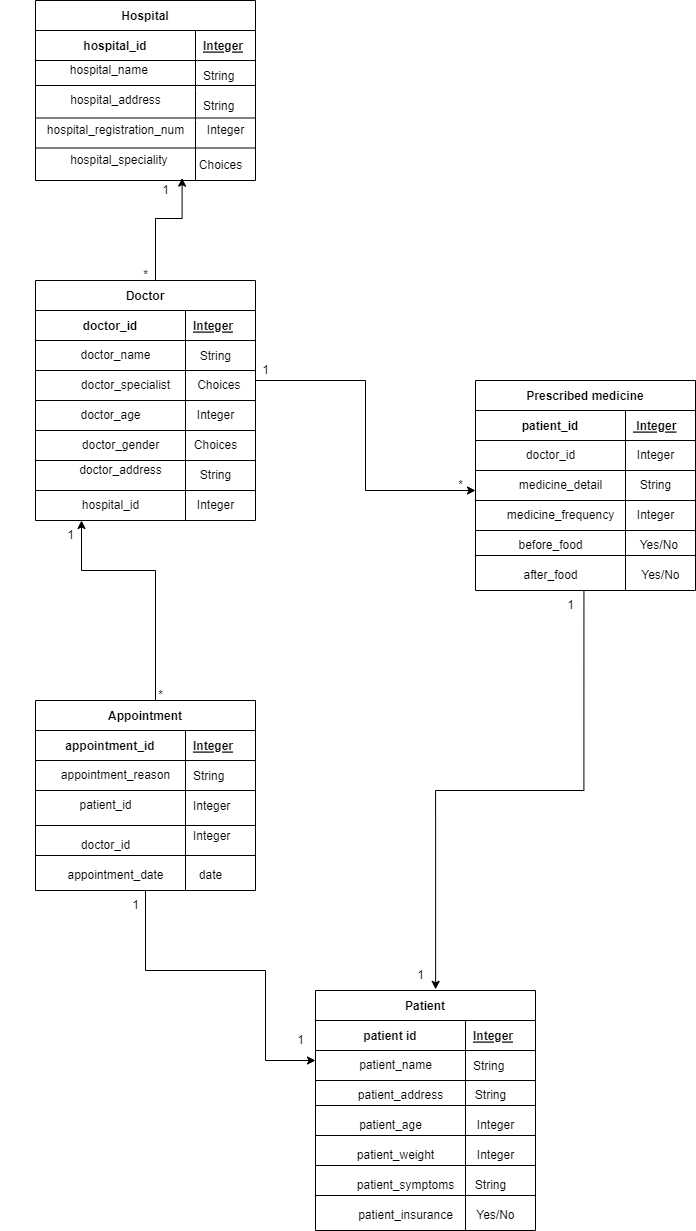
Earlier version of the draw.io export DAY-3/Hospital Management System.drawio.png (deepakjaiswal1950/MS-DYNAMICS). Source tidied: cells renumbered, new cells last; positions are measured from the earlier drawing's top-left corner, leaving out a move shared by most shapes.
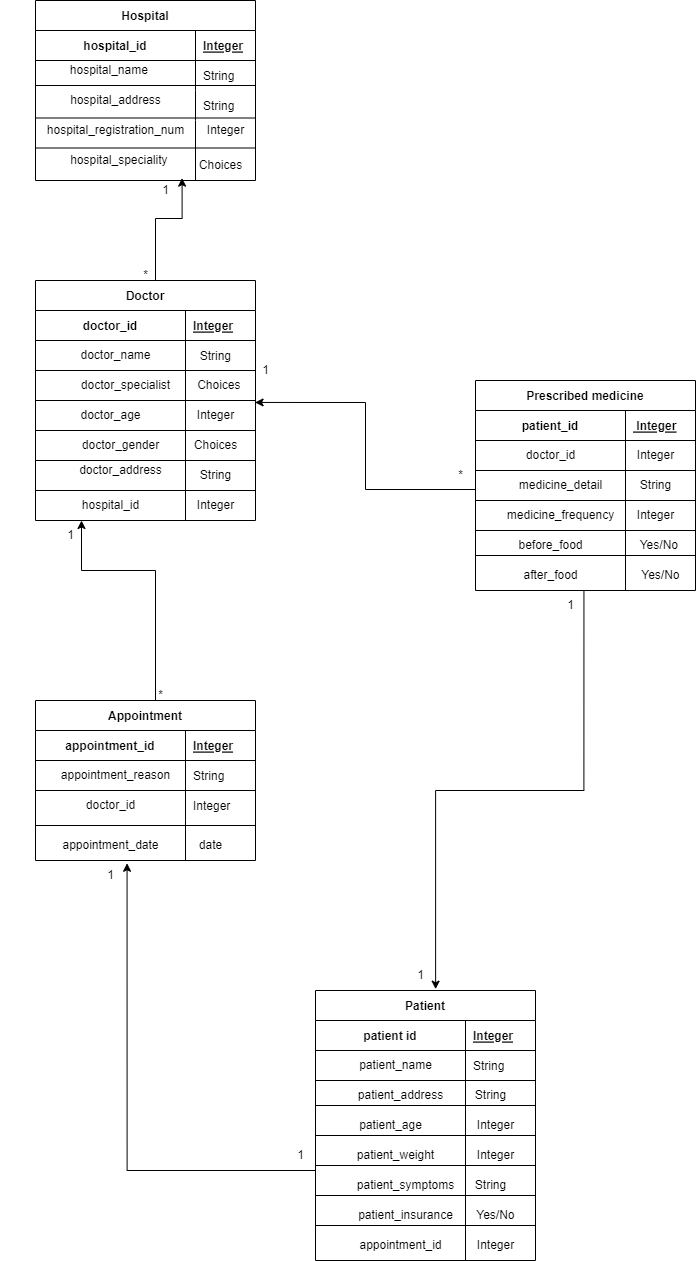
Above is the later version.

Diff of the diagram source:
```diff
@@ -65,15 +65,6 @@
         </Array>
       </mxGeometry>
     </mxCell>
-    <mxCell id="21" style="edgeStyle=orthogonalEdgeStyle;rounded=0;jettySize=auto;html=1;" parent="1" edge="1" source="22">
-      <mxGeometry relative="1" as="geometry">
-        <mxPoint x="475" y="490" as="targetPoint" />
-        <Array as="points">
-          <mxPoint x="365" y="380" />
-          <mxPoint x="365" y="490" />
-        </Array>
-      </mxGeometry>
-    </mxCell>
     <mxCell id="22" value="Doctor" style="shape=table;startSize=30;rowLines=0;fontStyle=1;align=center;" parent="1" vertex="1">
       <mxGeometry x="35" y="280" width="220" height="240" as="geometry" />
     </mxCell>
@@ -124,17 +115,8 @@
         </Array>
       </mxGeometry>
     </mxCell>
-    <mxCell id="37" style="edgeStyle=orthogonalEdgeStyle;rounded=0;jettySize=auto;html=1;" parent="1" edge="1" source="38">
-      <mxGeometry relative="1" as="geometry">
-        <mxPoint x="315" y="1060" as="targetPoint" />
-        <Array as="points">
-          <mxPoint x="145" y="970" />
-          <mxPoint x="265" y="970" />
-        </Array>
-      </mxGeometry>
-    </mxCell>
     <mxCell id="38" value="Appointment" style="shape=table;startSize=30;rowLines=0;fontStyle=1;align=center;" parent="1" vertex="1">
-      <mxGeometry x="35" y="700" width="220" height="190" as="geometry" />
+      <mxGeometry x="35" y="700" width="220" height="160" as="geometry" />
     </mxCell>
     <mxCell id="39" style="shape=tableRow;horizontal=0;startSize=0;swimlaneHead=0;swimlaneBody=0;fillColor=none;top=0;left=0;right=0;bottom=1;strokeColor=default;" parent="38" vertex="1">
       <mxGeometry y="30" width="220" height="30" as="geometry" />
@@ -169,41 +151,37 @@
     <mxCell id="49" style="shape=partialRectangle;fillColor=none;top=0;left=0;bottom=0;right=0;overflow=hidden;" parent="48" vertex="1">
       <mxGeometry width="150" height="30" as="geometry" />
     </mxCell>
-    <mxCell id="50" value="Integer" style="shape=partialRectangle;fillColor=none;top=0;left=0;bottom=0;right=0;align=left;spacingLeft=6;overflow=hidden;" parent="48" vertex="1">
+    <mxCell id="50" style="shape=partialRectangle;fillColor=none;top=0;left=0;bottom=0;right=0;align=left;spacingLeft=6;overflow=hidden;" parent="48" vertex="1">
       <mxGeometry x="150" width="70" height="30" as="geometry" />
     </mxCell>
     <mxCell id="51" style="line;strokeWidth=1;dashed=0;labelPosition=right;align=left;verticalAlign=middle;spacingTop=0;spacingLeft=6;" parent="1" vertex="1">
       <mxGeometry x="35" y="780" width="220" height="20" as="geometry" />
     </mxCell>
-    <mxCell id="52" style="line;strokeWidth=1;dashed=0;labelPosition=right;align=left;verticalAlign=middle;spacingTop=0;spacingLeft=6;" parent="1" vertex="1">
-      <mxGeometry x="35" y="820" width="220" height="10" as="geometry" />
-    </mxCell>
     <mxCell id="53" style="line;strokeWidth=1;dashed=0;labelPosition=right;align=left;verticalAlign=middle;spacingTop=0;spacingLeft=6;" parent="1" vertex="1">
-      <mxGeometry x="35" y="850" width="220" height="10" as="geometry" />
+      <mxGeometry x="35" y="820" width="220" height="10" as="geometry" />
     </mxCell>
-    <mxCell id="54" style="endArrow=none;html=1;rounded=0;" parent="1" edge="1">
+    <mxCell id="54" style="endArrow=none;html=1;rounded=0;exitX=0;exitY=1;exitDx=0;exitDy=0;exitPerimeter=0;" parent="1" edge="1" source="59">
       <mxGeometry relative="1" as="geometry">
-        <mxPoint x="185" y="890" as="sourcePoint" />
         <mxPoint x="185" y="820" as="targetPoint" />
       </mxGeometry>
     </mxCell>
     <mxCell id="55" value="appointment_reason" style="text;html=1;align=center;verticalAlign=middle;fillColor=none;strokeColor=none;rounded=0;" parent="1" vertex="1">
       <mxGeometry x="50" y="760" width="130" height="30" as="geometry" />
     </mxCell>
-    <mxCell id="56" value="patient_id" style="text;html=1;align=center;verticalAlign=middle;fillColor=none;strokeColor=none;rounded=0;" parent="1" vertex="1">
-      <mxGeometry x="65" y="790" width="80" height="30" as="geometry" />
+    <mxCell id="56" value="appointment_id" style="text;html=1;align=center;verticalAlign=middle;fillColor=none;strokeColor=none;rounded=0;" parent="1" vertex="1">
+      <mxGeometry x="345" y="1230" width="110" height="30" as="geometry" />
     </mxCell>
     <mxCell id="57" value="doctor_id" style="text;html=1;align=center;verticalAlign=middle;fillColor=none;strokeColor=none;rounded=0;" parent="1" vertex="1">
-      <mxGeometry x="70" y="830" width="70" height="30" as="geometry" />
+      <mxGeometry x="75" y="790" width="70" height="30" as="geometry" />
     </mxCell>
     <mxCell id="58" value="appointment_date" style="text;html=1;align=center;verticalAlign=middle;points=[];fillColor=none;strokeColor=none;rounded=0;" parent="1" vertex="1">
-      <mxGeometry x="55" y="860" width="120" height="30" as="geometry" />
+      <mxGeometry x="50" y="830" width="120" height="30" as="geometry" />
     </mxCell>
     <mxCell id="59" value="date" style="text;html=1;align=center;verticalAlign=middle;points=[];fillColor=none;strokeColor=none;rounded=0;" parent="1" vertex="1">
-      <mxGeometry x="185" y="860" width="50" height="30" as="geometry" />
+      <mxGeometry x="185" y="830" width="50" height="30" as="geometry" />
     </mxCell>
     <mxCell id="60" value="Patient" style="shape=table;startSize=30;rowLines=0;fontStyle=1;align=center;" parent="1" vertex="1">
-      <mxGeometry x="315" y="990" width="220" height="240" as="geometry" />
+      <mxGeometry x="315" y="990" width="220" height="270" as="geometry" />
     </mxCell>
     <mxCell id="61" style="shape=tableRow;horizontal=0;startSize=0;swimlaneHead=0;swimlaneBody=0;fillColor=none;top=0;left=0;right=0;bottom=1;strokeColor=default;" parent="60" vertex="1">
       <mxGeometry y="30" width="220" height="30" as="geometry" />
@@ -224,13 +202,13 @@
       <mxGeometry x="150" width="70" height="30" as="geometry" />
     </mxCell>
     <mxCell id="67" style="shape=tableRow;horizontal=0;startSize=0;swimlaneHead=0;swimlaneBody=0;fillColor=none;points=[[0,0.5],[1,0.5]];portConstraint=eastwest;top=0;left=0;right=0;bottom=0;" parent="60" vertex="1">
-      <mxGeometry y="90" width="220" height="150" as="geometry" />
+      <mxGeometry y="90" width="220" height="180" as="geometry" />
     </mxCell>
     <mxCell id="68" style="shape=partialRectangle;fillColor=none;top=0;left=0;bottom=0;right=0;overflow=hidden;" parent="67" vertex="1">
-      <mxGeometry width="150" height="150" as="geometry" />
+      <mxGeometry width="150" height="180" as="geometry" />
     </mxCell>
     <mxCell id="69" style="shape=partialRectangle;fillColor=none;top=0;left=0;bottom=0;right=0;align=left;spacingLeft=6;overflow=hidden;" parent="67" vertex="1">
-      <mxGeometry x="150" width="70" height="150" as="geometry" />
+      <mxGeometry x="150" width="70" height="180" as="geometry" />
     </mxCell>
     <mxCell id="70" style="line;strokeWidth=1;dashed=0;labelPosition=right;align=left;verticalAlign=middle;spacingTop=0;spacingLeft=6;" parent="1" vertex="1">
       <mxGeometry x="315" y="1070" width="220" height="20" as="geometry" />
@@ -388,9 +366,11 @@
     <mxCell id="121" value="1" style="text;html=1;align=center;verticalAlign=middle;fillColor=none;strokeColor=none;rounded=0;" parent="1" vertex="1">
       <mxGeometry x="250" y="355" width="30" height="30" as="geometry" />
     </mxCell>
-    <mxCell id="122" value="*" style="text;html=1;align=center;verticalAlign=middle;fillColor=none;strokeColor=none;rounded=0;" parent="1" vertex="1">
-      <mxGeometry x="445" y="470" width="30" height="30" as="geometry" />
-    </mxCell>
+    <mxCell id="134" style="edgeStyle=orthogonalEdgeStyle;rounded=0;jettySize=auto;html=1;entryX=0.998;entryY=0.213;entryDx=0;entryDy=0;entryPerimeter=0;" parent="1" edge="1" target="29">
+      <mxGeometry relative="1" as="geometry">
+        <mxPoint x="475" y="489" as="sourcePoint" />
+      </mxGeometry>
+    </mxCell>
     <mxCell id="123" value="1" style="text;html=1;align=center;verticalAlign=middle;fillColor=none;strokeColor=none;rounded=0;" parent="1" vertex="1">
       <mxGeometry x="55" y="520" width="30" height="30" as="geometry" />
     </mxCell>
@@ -398,10 +378,10 @@
       <mxGeometry x="145" y="680" width="30" height="30" as="geometry" />
     </mxCell>
     <mxCell id="125" value="1" style="text;html=1;align=center;verticalAlign=middle;fillColor=none;strokeColor=none;rounded=0;" parent="1" vertex="1">
-      <mxGeometry x="120" y="890" width="30" height="30" as="geometry" />
+      <mxGeometry x="95" y="860" width="30" height="30" as="geometry" />
     </mxCell>
     <mxCell id="126" value="1" style="text;html=1;align=center;verticalAlign=middle;fillColor=none;strokeColor=none;rounded=0;" parent="1" vertex="1">
-      <mxGeometry x="285" y="1025" width="30" height="30" as="geometry" />
+      <mxGeometry x="285" y="1140" width="30" height="30" as="geometry" />
     </mxCell>
     <mxCell id="127" value="1" style="text;html=1;align=center;verticalAlign=middle;fillColor=none;strokeColor=none;rounded=0;" parent="1" vertex="1">
       <mxGeometry x="405" y="960" width="30" height="30" as="geometry" />
@@ -424,5 +404,17 @@
     <mxCell id="133" value="Integer" style="text;html=1;align=center;verticalAlign=middle;fillColor=none;strokeColor=none;rounded=0;" parent="1" vertex="1">
       <mxGeometry x="185" y="490" width="60" height="30" as="geometry" />
     </mxCell>
+    <mxCell id="122" value="*" style="text;html=1;align=center;verticalAlign=middle;fillColor=none;strokeColor=none;rounded=0;" parent="1" vertex="1">
+      <mxGeometry x="445" y="460" width="30" height="30" as="geometry" />
+    </mxCell>
+    <mxCell id="135" style="line;strokeWidth=1;dashed=0;labelPosition=right;align=left;verticalAlign=middle;spacingTop=0;spacingLeft=6;" parent="1" vertex="1">
+      <mxGeometry x="315" y="1220" width="220" height="10" as="geometry" />
+    </mxCell>
+    <mxCell id="136" style="edgeStyle=orthogonalEdgeStyle;rounded=0;jettySize=auto;html=1;entryX=0.638;entryY=1.093;entryDx=0;entryDy=0;entryPerimeter=0;" parent="1" edge="1" source="67" target="58">
+      <mxGeometry relative="1" as="geometry" />
+    </mxCell>
+    <mxCell id="137" value="Integer" style="text;html=1;align=center;verticalAlign=middle;fillColor=none;strokeColor=none;rounded=0;" parent="1" vertex="1">
+      <mxGeometry x="465" y="1230" width="60" height="30" as="geometry" />
+    </mxCell>
   </root>
 </mxGraphModel>
```
